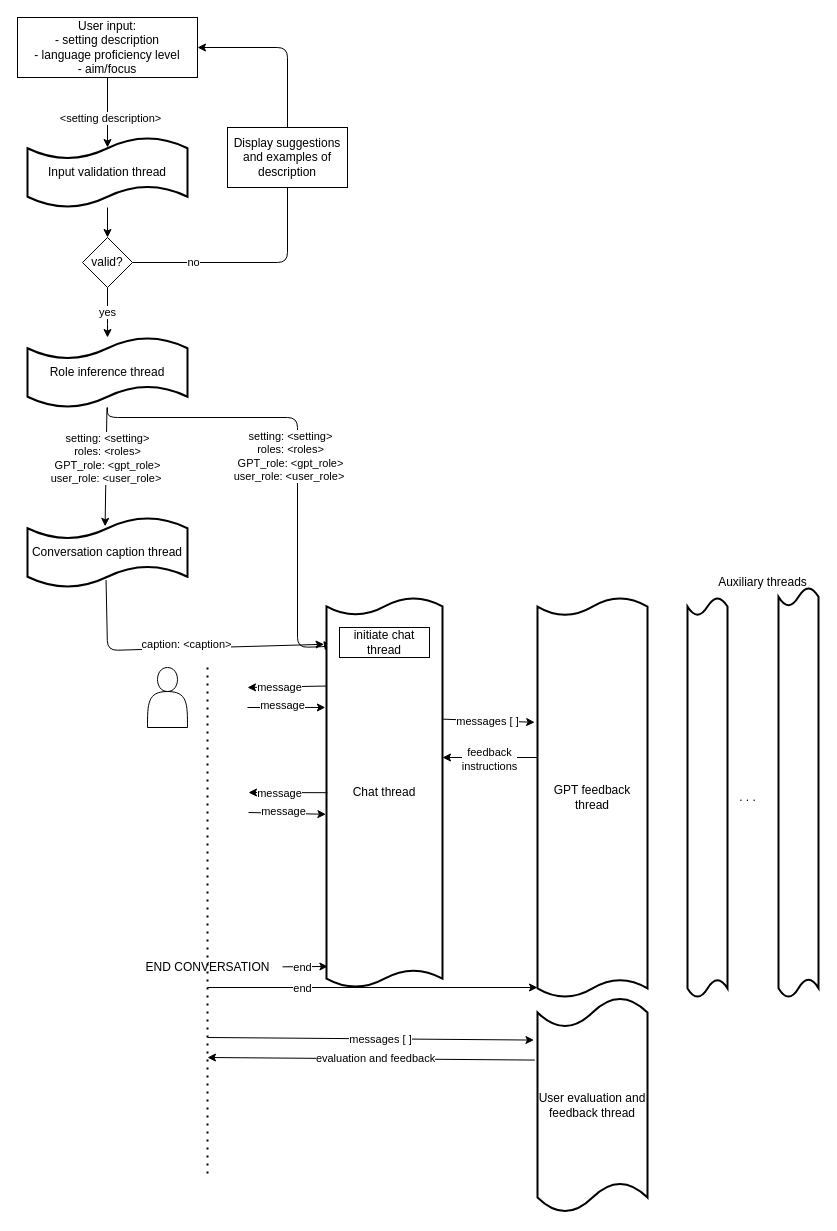
The draw.io diagram diagrams/flow.drawio in doXrayAI/LinguaAI, before the edit. Source tidied: cells renumbered, new cells numbered last; positions are measured from the earlier drawing's top-left corner, leaving out a move shared by most shapes. Both pictures are drawn from the tidied source at 100%, with x=0, y=0 at pixel (17, 17).
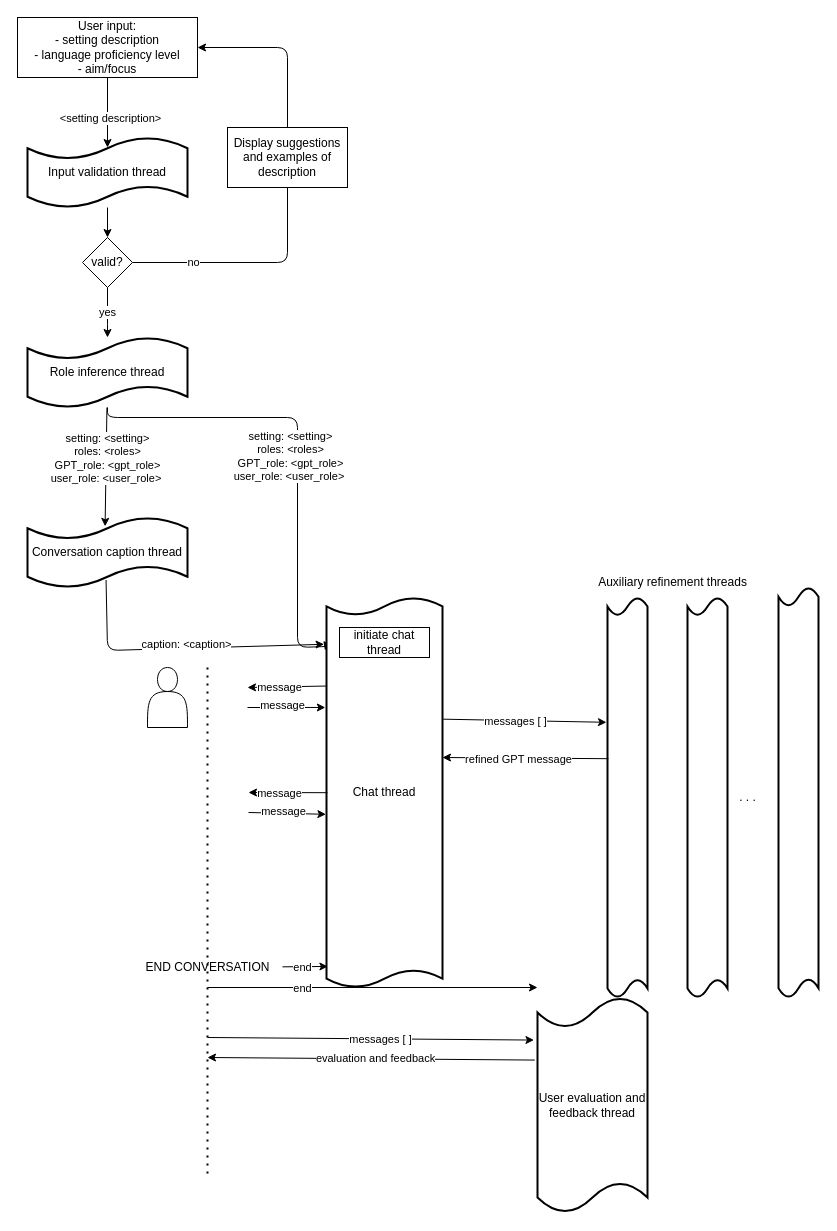
The same diagram, later.

What changed in the source:
```diff
@@
-    <mxCell id="20" value="GPT feedback thread" style="shape=tape;whiteSpace=wrap;html=1;strokeWidth=2;size=0.045454545454545456;rotation=0;" parent="1" vertex="1">
-      <mxGeometry x="520" y="580" width="110" height="400" as="geometry" />
+    <mxCell id="20" style="shape=tape;whiteSpace=wrap;html=1;strokeWidth=2;size=0.045454545454545456;rotation=0;" parent="1" vertex="1">
+      <mxGeometry x="590" y="580" width="40" height="400" as="geometry" />
     </mxCell>
@@
-    <mxCell id="27" value="Auxiliary threads" style="text;html=1;align=center;verticalAlign=middle;strokeColor=none;fillColor=none;" parent="1" vertex="1">
-      <mxGeometry x="690" y="550" width="110" height="30" as="geometry" />
+    <mxCell id="27" value="Auxiliary refinement threads" style="text;html=1;align=center;verticalAlign=middle;strokeColor=none;fillColor=none;" parent="1" vertex="1">
+      <mxGeometry x="570" y="550" width="170" height="30" as="geometry" />
     </mxCell>
@@
-    <mxCell id="38" style="endArrow=classic;html=1;exitX=0;exitY=0.35;exitDx=0;exitDy=0;exitPerimeter=0;entryX=1;entryY=0.35;entryDx=0;entryDy=0;entryPerimeter=0;" parent="1" edge="1">
+    <mxCell id="38" style="endArrow=classic;html=1;exitX=0.023;exitY=0.403;exitDx=0;exitDy=0;exitPerimeter=0;entryX=1;entryY=0.35;entryDx=0;entryDy=0;entryPerimeter=0;" parent="1" edge="1" source="20">
       <mxGeometry relative="1" as="geometry">
-        <mxPoint x="520" y="740" as="sourcePoint" />
         <mxPoint x="425" y="740" as="targetPoint" />
       </mxGeometry>
     </mxCell>
-    <mxCell id="39" value="feedback &lt;br&gt;instructions" style="edgeLabel;html=1;align=center;verticalAlign=middle;" parent="38" vertex="1">
+    <mxCell id="39" value="refined GPT message" style="edgeLabel;html=1;align=center;verticalAlign=middle;" parent="38" vertex="1">
       <mxGeometry x="0.29" y="1" relative="1" as="geometry">
-        <mxPoint x="12" as="offset" />
+        <mxPoint x="17" as="offset" />
       </mxGeometry>
     </mxCell>
```
